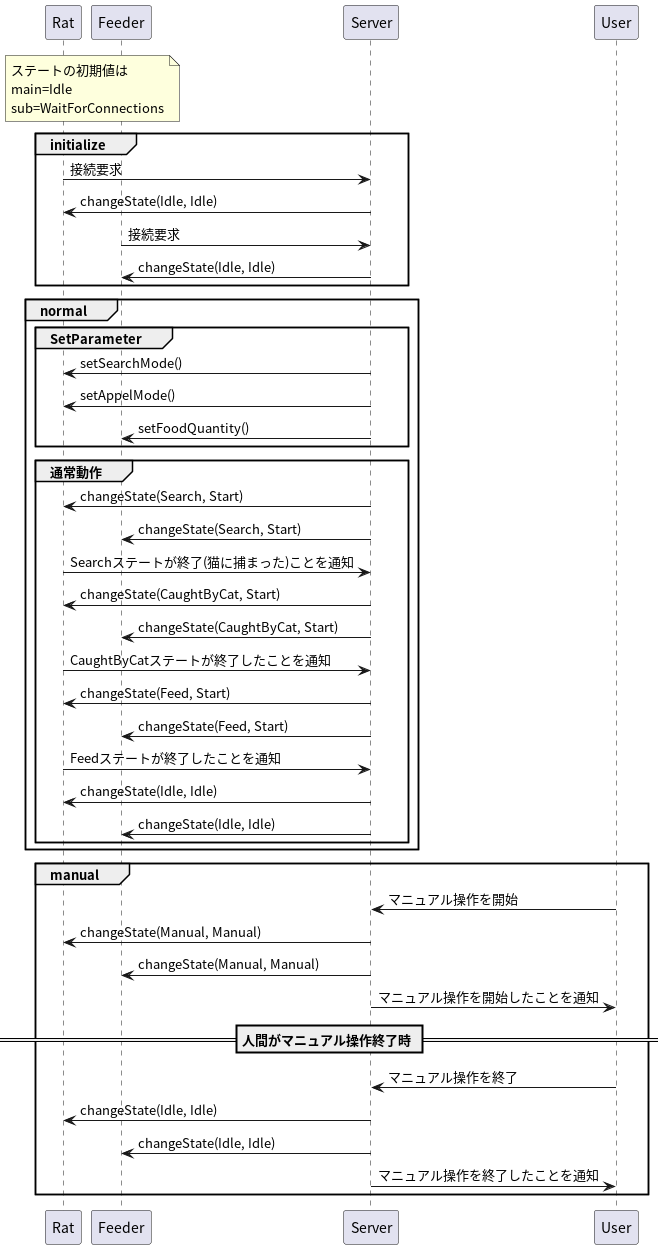
Above: doc/uml/out/sequence/all/all.png in yudai0804/cat-gpt (PlantUML), before the change. Source of this version:
```plantuml
@startuml
participant Rat Order 1
participant Feeder Order 2
participant Server Order 3
participant User Order 4
note over Rat,Feeder: ステートの初期値は\nmain=Idle\nsub=WaitForConnections
group initialize
Rat -> Server : 接続要求
Server -> Rat : changeState(Idle, Idle)
Feeder -> Server : 接続要求
Server -> Feeder : changeState(Idle, Idle)
end
group normal
group SetParameter
Server -> Rat : setSearchMode()
Server -> Rat : setAppelMode()
Server -> Feeder : setFoodQuantity()
end
group 通常動作
Server -> Rat : changeState(Search, Start)
Server -> Feeder : changeState(Search, Start)
Rat -> Server : Searchステートが終了(猫に捕まった)ことを通知
Server -> Rat : changeState(CaughtByCat, Start)
Server -> Feeder : changeState(CaughtByCat, Start)
Rat -> Server : CaughtByCatステートが終了したことを通知
Server -> Rat : changeState(Feed, Start)
Server -> Feeder : changeState(Feed, Start)
Rat -> Server : Feedステートが終了したことを通知
Server -> Rat : changeState(Idle, Idle)
Server -> Feeder : changeState(Idle, Idle)
end
end
group manual
User -> Server : マニュアル操作を開始
Server -> Rat : changeState(Manual, Manual)
Server -> Feeder : changeState(Manual, Manual)
Server -> User : マニュアル操作を開始したことを通知
== 人間がマニュアル操作終了時 ==
User -> Server : マニュアル操作を終了
Server -> Rat: changeState(Idle, Idle)
Server -> Feeder : changeState(Idle, Idle)
Server -> User : マニュアル操作を終了したことを通知
end
@enduml
```
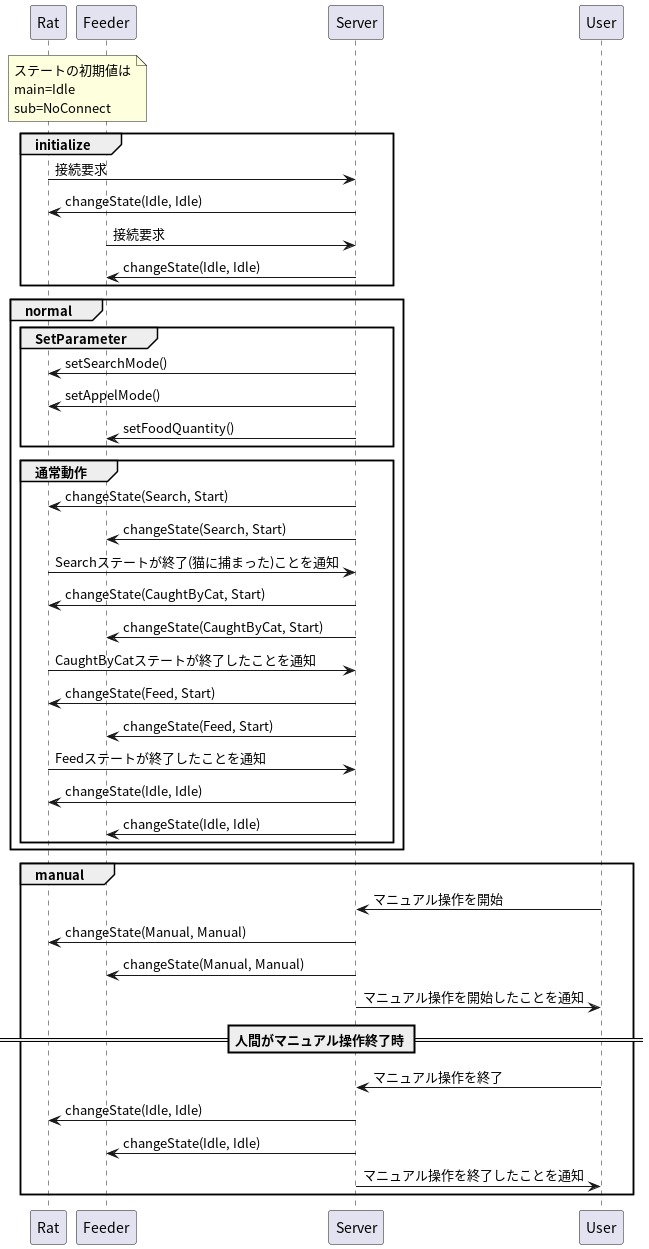
Above is the later version.

Diff of the diagram source:
```diff
@@ -3,7 +3,7 @@
 participant Feeder Order 2
 participant Server Order 3
 participant User Order 4
-note over Rat,Feeder: ステートの初期値は\nmain=Idle\nsub=WaitForConnections
+note over Rat,Feeder: ステートの初期値は\nmain=Idle\nsub=NoConnect
 group initialize
 Rat -> Server : 接続要求
 Server -> Rat : changeState(Idle, Idle)
```
